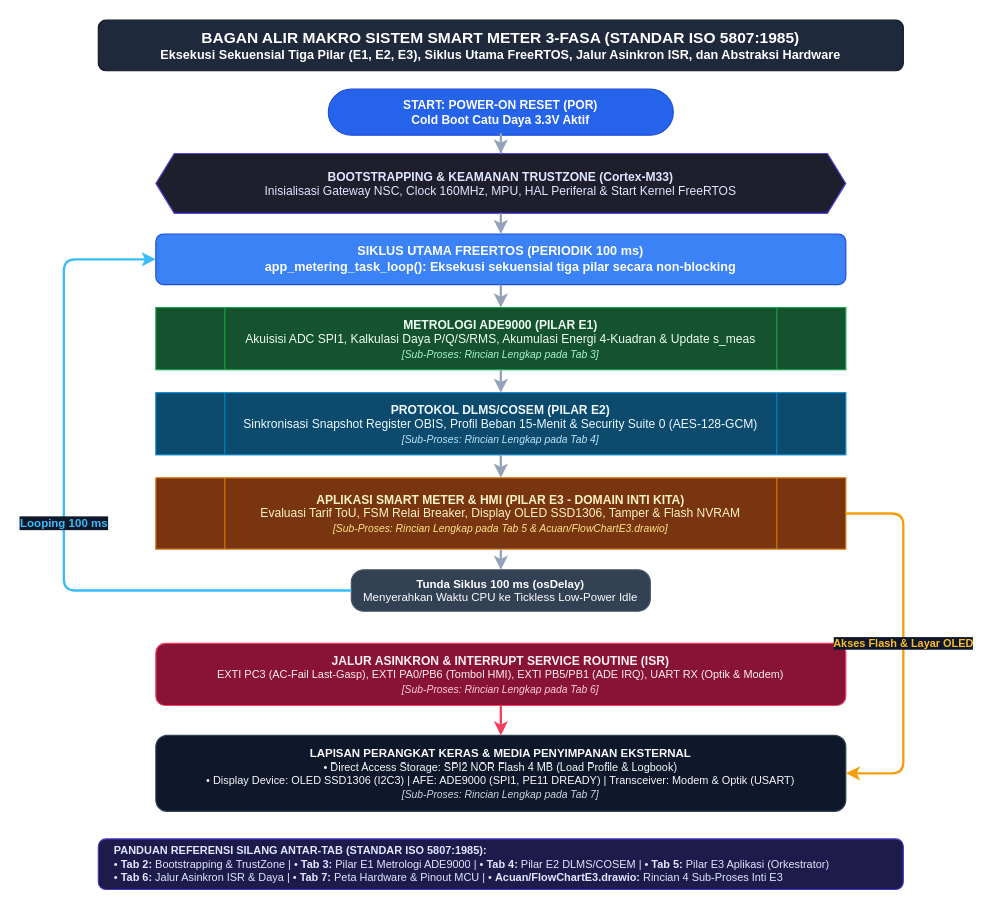
Earlier version of the draw.io diagram docs/system_tab1_macro_overview.drawio.xml (Kevla27/ALLIN). Source tidied: cells renumbered, new cells numbered last; positions are measured from the earlier drawing's top-left corner, leaving out a move shared by most shapes. Both pictures are drawn from the tidied source at 115%, with x=0, y=0 at pixel (63, 20).
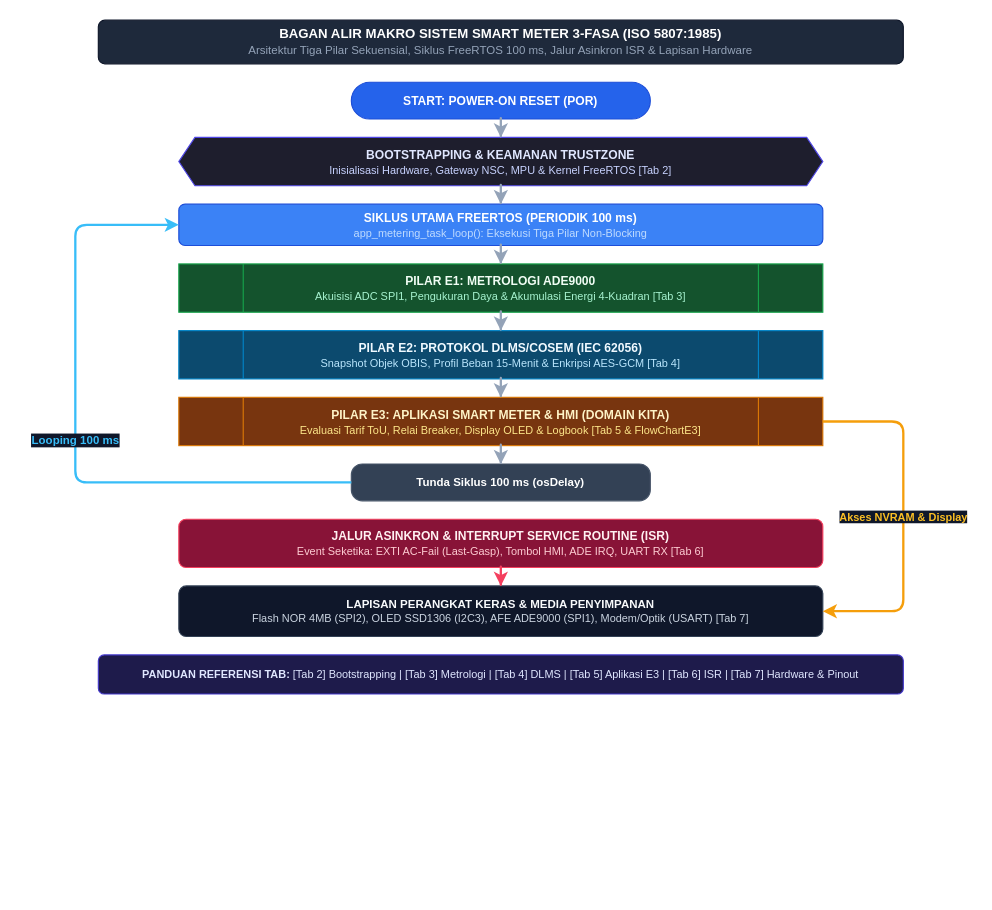
After the change.

Commit message (it also covers changes not shown here):
docs(flowchart): ringkas teks diagram dan optimasi tipografi Tab 1 sesuai ISO 5807

Diff of the diagram source:
```diff
@@
-    <mxCell id="2" value="&lt;b&gt;&lt;font style=&quot;font-size: 13.5px;&quot;&gt;BAGAN ALIR MAKRO SISTEM SMART METER 3-FASA (STANDAR ISO 5807:1985)&lt;/font&gt;&lt;/b&gt;&lt;br/&gt;Eksekusi Sekuensial Tiga Pilar (E1, E2, E3), Siklus Utama FreeRTOS, Jalur Asinkron ISR, dan Abstraksi Hardware" style="rounded=1;whiteSpace=wrap;html=1;fillColor=#1e293b;strokeColor=#0f172a;fontColor=#ffffff;fontStyle=1;fontSize=11;align=center;" parent="1" vertex="1">
-      <mxGeometry x="30" width="700" height="44" as="geometry" />
+    <mxCell id="2" value="&lt;b&gt;BAGAN ALIR MAKRO SISTEM SMART METER 3-FASA (ISO 5807:1985)&lt;/b&gt;&lt;br/&gt;&lt;font style=&quot;font-size:10px;color:#94a3b8;&quot;&gt;Arsitektur Tiga Pilar Sekuensial, Siklus FreeRTOS 100 ms, Jalur Asinkron ISR &amp;amp; Lapisan Hardware&lt;/font&gt;" style="rounded=1;whiteSpace=wrap;html=1;fillColor=#1e293b;strokeColor=#0f172a;fontColor=#ffffff;fontSize=11.5;align=center;" parent="1" vertex="1">
+      <mxGeometry x="30" width="700" height="38" as="geometry" />
     </mxCell>
-    <mxCell id="3" value="&lt;b&gt;START: POWER-ON RESET (POR)&lt;/b&gt;&lt;br/&gt;Cold Boot Catu Daya 3.3V Aktif" style="rounded=1;arcSize=50;whiteSpace=wrap;html=1;fillColor=#2563eb;strokeColor=#1d4ed8;fontColor=#ffffff;fontStyle=1;fontSize=10.5;align=center;" parent="1" vertex="1">
-      <mxGeometry x="230" y="60" width="300" height="40" as="geometry" />
+    <mxCell id="3" value="&lt;b&gt;START: POWER-ON RESET (POR)&lt;/b&gt;" style="rounded=1;arcSize=50;whiteSpace=wrap;html=1;fillColor=#2563eb;strokeColor=#1d4ed8;fontColor=#ffffff;fontStyle=1;fontSize=10.5;align=center;" parent="1" vertex="1">
+      <mxGeometry x="250" y="54" width="260" height="32" as="geometry" />
     </mxCell>
-    <mxCell id="4" value="&lt;b&gt;BOOTSTRAPPING &amp;amp; KEAMANAN TRUSTZONE (Cortex-M33)&lt;/b&gt;&lt;br/&gt;Inisialisasi Gateway NSC, Clock 160MHz, MPU, HAL Periferal &amp;amp; Start Kernel FreeRTOS" style="shape=hexagon;perimeter=hexagonPerimeter2;fixedSize=1;size=16;whiteSpace=wrap;html=1;fillColor=#1e1e2d;strokeColor=#4f46e5;fontColor=#e0e7ff;fontSize=10.5;align=center;" parent="1" vertex="1">
-      <mxGeometry x="80" y="116" width="600" height="52" as="geometry" />
+    <mxCell id="4" value="&lt;b&gt;BOOTSTRAPPING &amp;amp; KEAMANAN TRUSTZONE&lt;/b&gt;&lt;br/&gt;&lt;font style=&quot;font-size:9.5px;color:#c7d2fe;&quot;&gt;Inisialisasi Hardware, Gateway NSC, MPU &amp;amp; Kernel FreeRTOS [Tab 2]&lt;/font&gt;" style="shape=hexagon;perimeter=hexagonPerimeter2;fixedSize=1;size=14;whiteSpace=wrap;html=1;fillColor=#1e1e2d;strokeColor=#4f46e5;fontColor=#e0e7ff;fontSize=10.5;align=center;" parent="1" vertex="1">
+      <mxGeometry x="100" y="102" width="560" height="42" as="geometry" />
     </mxCell>
-    <mxCell id="5" value="&lt;b&gt;SIKLUS UTAMA FREERTOS (PERIODIK 100 ms)&lt;/b&gt;&lt;br/&gt;app_metering_task_loop(): Eksekusi sekuensial tiga pilar secara non-blocking" style="rounded=1;arcSize=15;whiteSpace=wrap;html=1;fillColor=#3b82f6;strokeColor=#1d4ed8;fontColor=#ffffff;fontStyle=1;fontSize=11;align=center;" parent="1" vertex="1">
-      <mxGeometry x="80" y="186" width="600" height="44" as="geometry" />
+    <mxCell id="5" value="&lt;b&gt;SIKLUS UTAMA FREERTOS (PERIODIK 100 ms)&lt;/b&gt;&lt;br/&gt;&lt;font style=&quot;font-size:9.5px;color:#bfdbfe;&quot;&gt;app_metering_task_loop(): Eksekusi Tiga Pilar Non-Blocking&lt;/font&gt;" style="rounded=1;arcSize=15;whiteSpace=wrap;html=1;fillColor=#3b82f6;strokeColor=#1d4ed8;fontColor=#ffffff;fontSize=10.5;align=center;" parent="1" vertex="1">
+      <mxGeometry x="100" y="160" width="560" height="36" as="geometry" />
     </mxCell>
-    <mxCell id="6" value="&lt;b&gt;METROLOGI ADE9000 (PILAR E1)&lt;/b&gt;&lt;br/&gt;Akuisisi ADC SPI1, Kalkulasi Daya P/Q/S/RMS, Akumulasi Energi 4-Kuadran &amp;amp; Update s_meas&lt;br/&gt;&lt;i style=&quot;font-size:9px;color:#a7f3d0;&quot;&gt;[Sub-Proses: Rincian Lengkap pada Tab 3]&lt;/i&gt;" style="shape=process;backgroundOutline=1;rounded=0;whiteSpace=wrap;html=1;fillColor=#14532d;strokeColor=#16a34a;fontColor=#f0fdf4;fontSize=10.5;align=center;" parent="1" vertex="1">
-      <mxGeometry x="80" y="250" width="600" height="54" as="geometry" />
+    <mxCell id="6" value="&lt;b&gt;PILAR E1: METROLOGI ADE9000&lt;/b&gt;&lt;br/&gt;&lt;font style=&quot;font-size:9.5px;color:#a7f3d0;&quot;&gt;Akuisisi ADC SPI1, Pengukuran Daya &amp;amp; Akumulasi Energi 4-Kuadran [Tab 3]&lt;/font&gt;" style="shape=process;backgroundOutline=1;rounded=0;whiteSpace=wrap;html=1;fillColor=#14532d;strokeColor=#16a34a;fontColor=#f0fdf4;fontSize=10.5;align=center;" parent="1" vertex="1">
+      <mxGeometry x="100" y="212" width="560" height="42" as="geometry" />
     </mxCell>
-    <mxCell id="7" value="&lt;b&gt;PROTOKOL DLMS/COSEM (PILAR E2)&lt;/b&gt;&lt;br/&gt;Sinkronisasi Snapshot Register OBIS, Profil Beban 15-Menit &amp;amp; Security Suite 0 (AES-128-GCM)&lt;br/&gt;&lt;i style=&quot;font-size:9px;color:#bae6fd;&quot;&gt;[Sub-Proses: Rincian Lengkap pada Tab 4]&lt;/i&gt;" style="shape=process;backgroundOutline=1;rounded=0;whiteSpace=wrap;html=1;fillColor=#0c4a6e;strokeColor=#0284c7;fontColor=#f0f9ff;fontSize=10.5;align=center;" parent="1" vertex="1">
-      <mxGeometry x="80" y="324" width="600" height="54" as="geometry" />
+    <mxCell id="7" value="&lt;b&gt;PILAR E2: PROTOKOL DLMS/COSEM (IEC 62056)&lt;/b&gt;&lt;br/&gt;&lt;font style=&quot;font-size:9.5px;color:#bae6fd;&quot;&gt;Snapshot Objek OBIS, Profil Beban 15-Menit &amp;amp; Enkripsi AES-GCM [Tab 4]&lt;/font&gt;" style="shape=process;backgroundOutline=1;rounded=0;whiteSpace=wrap;html=1;fillColor=#0c4a6e;strokeColor=#0284c7;fontColor=#f0f9ff;fontSize=10.5;align=center;" parent="1" vertex="1">
+      <mxGeometry x="100" y="270" width="560" height="42" as="geometry" />
     </mxCell>
-    <mxCell id="8" value="&lt;b&gt;APLIKASI SMART METER &amp;amp; HMI (PILAR E3 - DOMAIN INTI KITA)&lt;/b&gt;&lt;br/&gt;Evaluasi Tarif ToU, FSM Relai Breaker, Display OLED SSD1306, Tamper &amp;amp; Flash NVRAM&lt;br/&gt;&lt;i style=&quot;font-size:9px;color:#fde68a;&quot;&gt;[Sub-Proses: Rincian Lengkap pada Tab 5 &amp;amp; Acuan/FlowChartE3.drawio]&lt;/i&gt;" style="shape=process;backgroundOutline=1;rounded=0;whiteSpace=wrap;html=1;fillColor=#78350f;strokeColor=#d97706;fontColor=#fef3c7;fontSize=10.5;align=center;" parent="1" vertex="1">
-      <mxGeometry x="80" y="398" width="600" height="62" as="geometry" />
+    <mxCell id="8" value="&lt;b&gt;PILAR E3: APLIKASI SMART METER &amp;amp; HMI (DOMAIN KITA)&lt;/b&gt;&lt;br/&gt;&lt;font style=&quot;font-size:9.5px;color:#fde68a;&quot;&gt;Evaluasi Tarif ToU, Relai Breaker, Display OLED &amp;amp; Logbook [Tab 5 &amp;amp; FlowChartE3]&lt;/font&gt;" style="shape=process;backgroundOutline=1;rounded=0;whiteSpace=wrap;html=1;fillColor=#78350f;strokeColor=#d97706;fontColor=#fef3c7;fontSize=10.5;align=center;" parent="1" vertex="1">
+      <mxGeometry x="100" y="328" width="560" height="42" as="geometry" />
     </mxCell>
-    <mxCell id="9" value="&lt;b&gt;Tunda Siklus 100 ms (osDelay)&lt;/b&gt;&lt;br/&gt;Menyerahkan Waktu CPU ke Tickless Low-Power Idle" style="rounded=1;arcSize=30;whiteSpace=wrap;html=1;fillColor=#334155;strokeColor=#475569;fontColor=#ffffff;fontSize=10;align=center;" parent="1" vertex="1">
-      <mxGeometry x="250" y="478" width="260" height="36" as="geometry" />
+    <mxCell id="9" value="&lt;b&gt;Tunda Siklus 100 ms (osDelay)&lt;/b&gt;" style="rounded=1;arcSize=30;whiteSpace=wrap;html=1;fillColor=#334155;strokeColor=#475569;fontColor=#ffffff;fontSize=10;align=center;" parent="1" vertex="1">
+      <mxGeometry x="250" y="386" width="260" height="32" as="geometry" />
     </mxCell>
-    <mxCell id="10" value="&lt;b&gt;JALUR ASINKRON &amp;amp; INTERRUPT SERVICE ROUTINE (ISR)&lt;/b&gt;&lt;br/&gt;&lt;span style=&quot;font-size:9.5px;&quot;&gt;EXTI PC3 (AC-Fail Last-Gasp), EXTI PA0/PB6 (Tombol HMI), EXTI PB5/PB1 (ADE IRQ), UART RX (Optik &amp;amp; Modem)&lt;/span&gt;&lt;br/&gt;&lt;i style=&quot;font-size:9px;color:#fecdd3;&quot;&gt;[Sub-Proses: Rincian Lengkap pada Tab 6]&lt;/i&gt;" style="rounded=1;arcSize=15;whiteSpace=wrap;html=1;fillColor=#881337;strokeColor=#f43f5e;fontColor=#fff1f2;fontSize=10.5;align=center;" parent="1" vertex="1">
-      <mxGeometry x="80" y="542" width="600" height="54" as="geometry" />
+    <mxCell id="10" value="&lt;b&gt;JALUR ASINKRON &amp;amp; INTERRUPT SERVICE ROUTINE (ISR)&lt;/b&gt;&lt;br/&gt;&lt;font style=&quot;font-size:9.5px;color:#fecdd3;&quot;&gt;Event Seketika: EXTI AC-Fail (Last-Gasp), Tombol HMI, ADE IRQ, UART RX [Tab 6]&lt;/font&gt;" style="rounded=1;arcSize=15;whiteSpace=wrap;html=1;fillColor=#881337;strokeColor=#f43f5e;fontColor=#fff1f2;fontSize=10.5;align=center;" parent="1" vertex="1">
+      <mxGeometry x="100" y="434" width="560" height="42" as="geometry" />
     </mxCell>
-    <mxCell id="11" value="&lt;b&gt;LAPISAN PERANGKAT KERAS &amp;amp; MEDIA PENYIMPANAN EKSTERNAL&lt;/b&gt;&lt;br/&gt;&lt;span style=&quot;font-size:9.5px;&quot;&gt;• Direct Access Storage: SPI2 NOR Flash 4 MB (Load Profile &amp;amp; Logbook)&lt;br/&gt;• Display Device: OLED SSD1306 (I2C3) | AFE: ADE9000 (SPI1, PE11 DREADY) | Transceiver: Modem &amp;amp; Optik (USART)&lt;/span&gt;&lt;br/&gt;&lt;i style=&quot;font-size:9px;color:#cbd5e1;&quot;&gt;[Sub-Proses: Rincian Lengkap pada Tab 7]&lt;/i&gt;" style="rounded=1;arcSize=15;whiteSpace=wrap;html=1;fillColor=#0f172a;strokeColor=#334155;fontColor=#f8fafc;fontSize=10;align=center;" parent="1" vertex="1">
-      <mxGeometry x="80" y="622" width="600" height="66" as="geometry" />
+    <mxCell id="11" value="&lt;b&gt;LAPISAN PERANGKAT KERAS &amp;amp; MEDIA PENYIMPANAN&lt;/b&gt;&lt;br/&gt;&lt;font style=&quot;font-size:9.5px;color:#cbd5e1;&quot;&gt;Flash NOR 4MB (SPI2), OLED SSD1306 (I2C3), AFE ADE9000 (SPI1), Modem/Optik (USART) [Tab 7]&lt;/font&gt;" style="rounded=1;arcSize=15;whiteSpace=wrap;html=1;fillColor=#0f172a;strokeColor=#334155;fontColor=#f8fafc;fontSize=10;align=center;" parent="1" vertex="1">
+      <mxGeometry x="100" y="492" width="560" height="44" as="geometry" />
     </mxCell>
-    <mxCell id="12" value="&lt;b&gt;PANDUAN REFERENSI SILANG ANTAR-TAB (STANDAR ISO 5807:1985):&lt;/b&gt;&lt;br/&gt;• &lt;b&gt;Tab 2:&lt;/b&gt; Bootstrapping &amp;amp; TrustZone  |  • &lt;b&gt;Tab 3:&lt;/b&gt; Pilar E1 Metrologi ADE9000  |  • &lt;b&gt;Tab 4:&lt;/b&gt; Pilar E2 DLMS/COSEM  |  • &lt;b&gt;Tab 5:&lt;/b&gt; Pilar E3 Aplikasi (Orkestrator)&lt;br/&gt;• &lt;b&gt;Tab 6:&lt;/b&gt; Jalur Asinkron ISR &amp;amp; Daya  |  • &lt;b&gt;Tab 7:&lt;/b&gt; Peta Hardware &amp;amp; Pinout MCU  |  • &lt;b&gt;Acuan/FlowChartE3.drawio:&lt;/b&gt; Rincian 4 Sub-Proses Inti E3" style="rounded=1;whiteSpace=wrap;html=1;fontSize=9.5;align=left;fillColor=#1e1b4b;strokeColor=#4338ca;fontColor=#e0e7ff;spacingLeft=12;" parent="1" vertex="1">
-      <mxGeometry x="30" y="712" width="700" height="44" as="geometry" />
+    <mxCell id="12" value="&lt;b&gt;PANDUAN REFERENSI TAB:&lt;/b&gt; [Tab 2] Bootstrapping | [Tab 3] Metrologi | [Tab 4] DLMS | [Tab 5] Aplikasi E3 | [Tab 6] ISR | [Tab 7] Hardware &amp;amp; Pinout" style="rounded=1;whiteSpace=wrap;html=1;fontSize=9.5;align=center;fillColor=#1e1b4b;strokeColor=#4338ca;fontColor=#e0e7ff;" parent="1" vertex="1">
+      <mxGeometry x="30" y="552" width="700" height="34" as="geometry" />
     </mxCell>
@@
     <mxCell id="19" value="Looping 100 ms" style="edgeStyle=orthogonalEdgeStyle;rounded=1;jettySize=auto;html=1;strokeColor=#38bdf8;strokeWidth=2;endArrow=classic;endFill=1;labelBackgroundColor=#0f172a;fontColor=#38bdf8;fontSize=10;fontStyle=1;exitX=0;exitY=0.5;exitDx=0;exitDy=0;entryX=0;entryY=0.5;entryDx=0;entryDy=0;" parent="1" edge="1" source="9" target="5">
       <mxGeometry relative="1" as="geometry">
         <Array as="points">
-          <mxPoint y="496" />
-          <mxPoint y="208" />
+          <mxPoint x="10" y="402" />
+          <mxPoint x="10" y="178" />
         </Array>
       </mxGeometry>
     </mxCell>
-    <mxCell id="20" value="Akses Flash &amp;amp; Layar OLED" style="edgeStyle=orthogonalEdgeStyle;rounded=1;jettySize=auto;html=1;strokeColor=#f59e0b;strokeWidth=2;endArrow=classic;endFill=1;labelBackgroundColor=#0f172a;fontColor=#fbbf24;fontSize=9.5;fontStyle=1;exitX=1;exitY=0.5;exitDx=0;exitDy=0;entryX=1;entryY=0.5;entryDx=0;entryDy=0;" parent="1" edge="1" source="8" target="11">
+    <mxCell id="20" value="Akses NVRAM &amp;amp; Display" style="edgeStyle=orthogonalEdgeStyle;rounded=1;jettySize=auto;html=1;strokeColor=#f59e0b;strokeWidth=2;endArrow=classic;endFill=1;labelBackgroundColor=#0f172a;fontColor=#fbbf24;fontSize=9.5;fontStyle=1;exitX=1;exitY=0.5;exitDx=0;exitDy=0;entryX=1;entryY=0.5;entryDx=0;entryDy=0;" parent="1" edge="1" source="8" target="11">
       <mxGeometry relative="1" as="geometry">
         <Array as="points">
-          <mxPoint x="730" y="429" />
-          <mxPoint x="730" y="655" />
+          <mxPoint x="730" y="349" />
+          <mxPoint x="730" y="514" />
         </Array>
       </mxGeometry>
     </mxCell>
```
